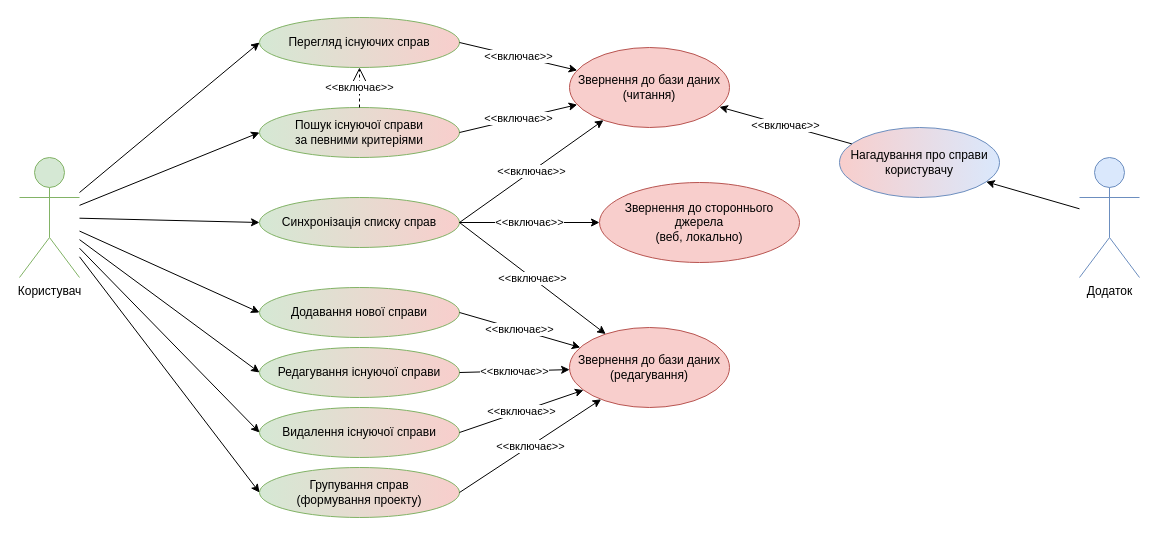
stragesnight/.NET_course_project keeps this draw.io diagram as docs/use_case_diagram.drawio. Above is the earlier version. Source tidied: cells renumbered, new cells numbered last; positions are measured from the earlier drawing's top-left corner, leaving out a move shared by most shapes. Both pictures are drawn from the tidied source at 100%, with x=0, y=0 at pixel (19, 17).
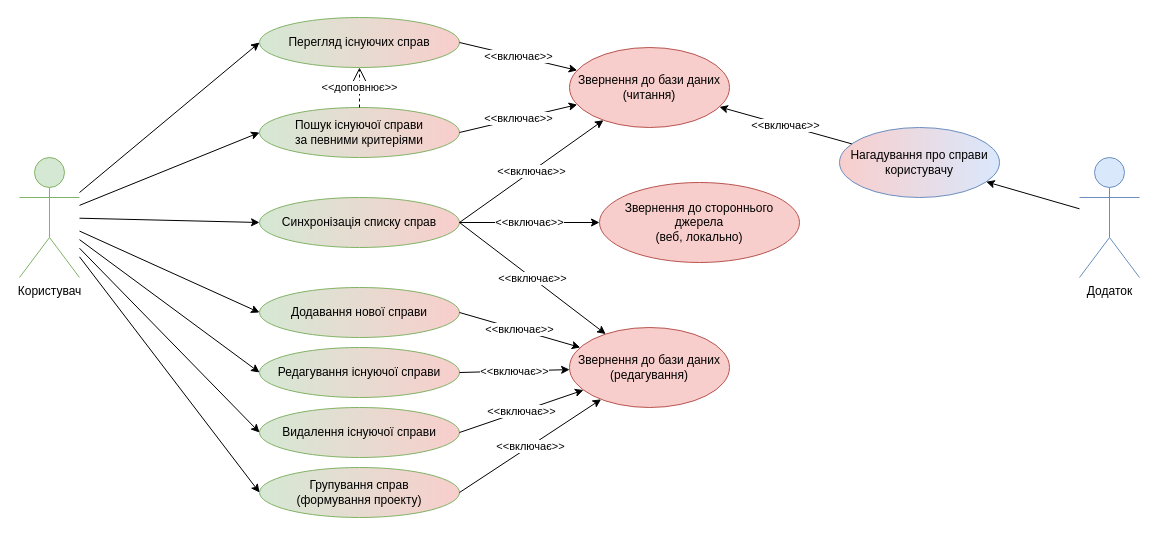
After the change.

The change refers to these unchanged cells:
```xml
<mxCell id="2" value="&lt;div&gt;Перегляд існуючих справ&lt;br&gt;&lt;/div&gt;" style="ellipse;whiteSpace=wrap;html=1;gradientDirection=east;fillColor=#d5e8d4;strokeColor=#82b366;gradientColor=#F8CECC;" parent="1" vertex="1">
  <mxGeometry x="240" width="200" height="50" as="geometry" />
</mxCell>
<mxCell id="7" value="&lt;div&gt;Пошук існуючої справи&lt;/div&gt;&lt;div&gt;за певними&lt;span style=&quot;background-color: initial;&quot;&gt;&amp;nbsp;критеріями&lt;/span&gt;&lt;/div&gt;" style="ellipse;whiteSpace=wrap;html=1;fillColor=#d5e8d4;strokeColor=#82b366;gradientDirection=east;gradientColor=#F8CECC;" parent="1" vertex="1">
  <mxGeometry x="240" y="90" width="200" height="50" as="geometry" />
</mxCell>
```

Diff of the diagram source:
```diff
@@
-    <mxCell id="27" value="&amp;lt;&amp;lt;включає&amp;gt;&amp;gt;" style="endArrow=open;endSize=12;dashed=1;html=1;rounded=0;fontColor=#050505;strokeWidth=1;" parent="1" edge="1" source="7" target="2">
+    <mxCell id="27" value="&amp;lt;&amp;lt;доповнює&amp;gt;&amp;gt;" style="endArrow=open;endSize=12;dashed=1;html=1;rounded=0;fontColor=#050505;strokeWidth=1;" parent="1" edge="1" source="7" target="2">
       <mxGeometry relative="1" as="geometry" />
     </mxCell>
```
